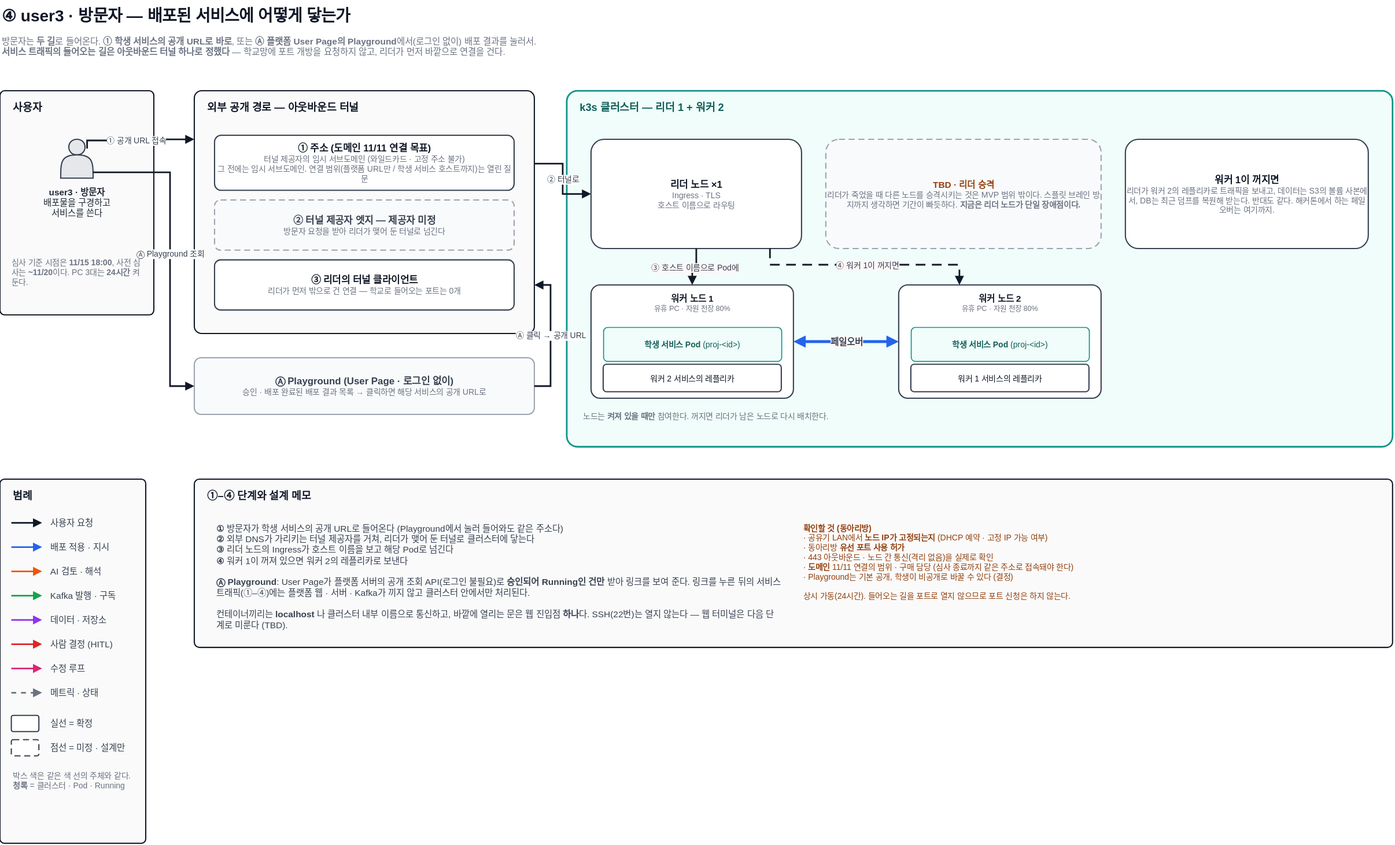
This is docs/architecture/user3-visitor.drawio.svg from woowangthon/WOOWANGTHON_TEAM_18, a draw.io export, as it was before one commit. Source tidied: cells renumbered, new cells last; positions are measured from the earlier drawing's top-left corner, leaving out a move shared by most shapes.
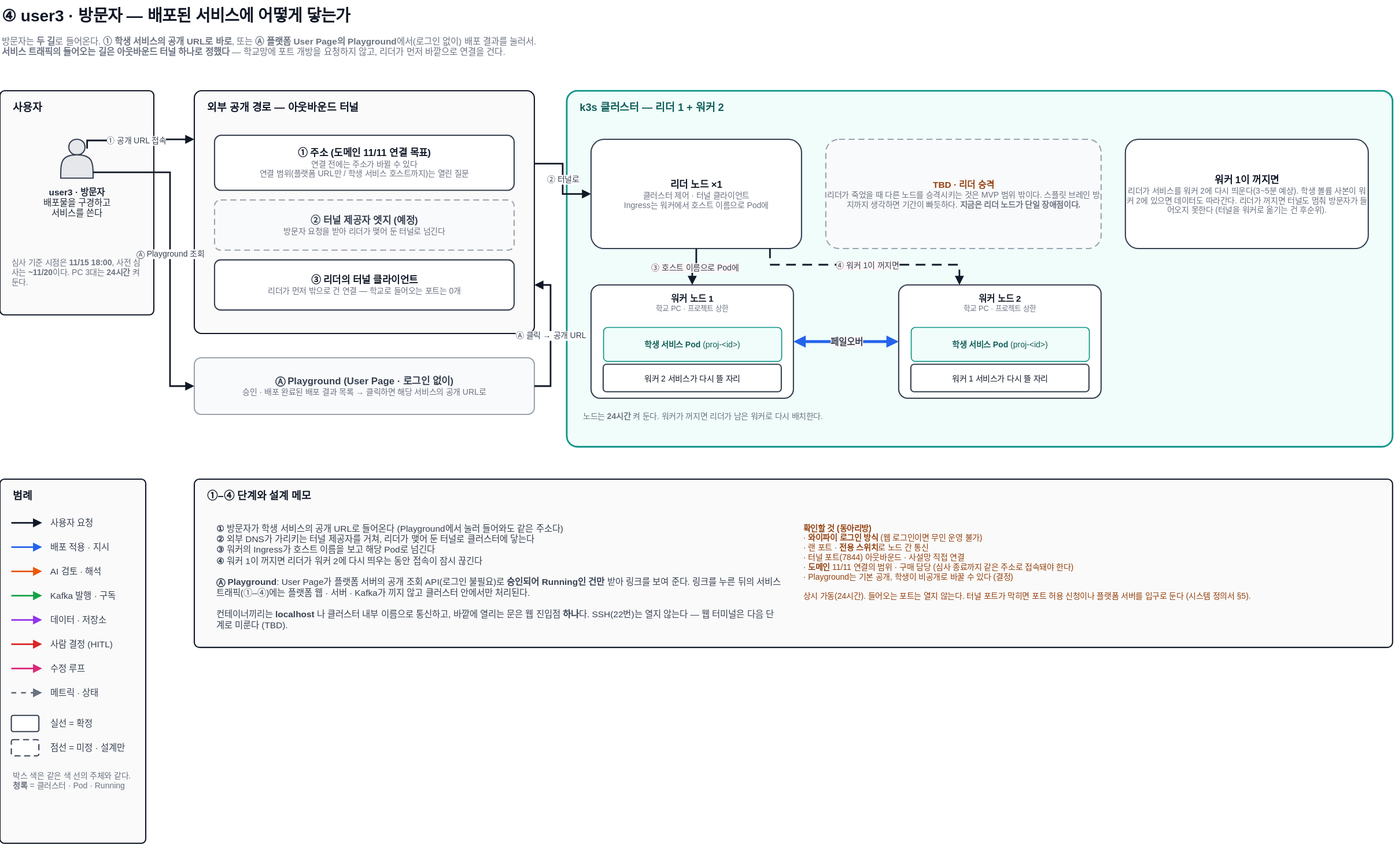
The same diagram one commit later.

Diff of the diagram source:
```diff
@@ -23,10 +23,10 @@
     <mxCell id="8" value="외부 공개 경로 — 아웃바운드 터널" style="rounded=1;arcSize=3;html=1;fillColor=#FAFAFA;strokeColor=#111827;strokeWidth=1.5;verticalAlign=top;align=left;spacingLeft=14;spacingTop=6;fontSize=13;fontStyle=1;fontColor=#111827;fontFamily=Pretendard,Malgun Gothic,Apple SD Gothic Neo,sans-serif;" parent="1" vertex="1">
       <mxGeometry x="240" y="112" width="420" height="300" as="geometry" />
     </mxCell>
-    <mxCell id="9" value="&lt;b&gt;① 주소 (도메인 11/11 연결 목표)&lt;/b&gt;&lt;div style=&quot;font-size:10px;color:#6B7280&quot;&gt;터널 제공자의 임시 서브도메인 (와일드카드 · 고정 주소 불가)&lt;br&gt;그 전에는 임시 서브도메인. 연결 범위(플랫폼 URL만 / 학생 서비스 호스트까지)는 열린 질문&lt;/div&gt;" style="rounded=1;arcSize=12;whiteSpace=wrap;html=1;fillColor=#FFFFFF;strokeColor=#374151;strokeWidth=1.5;fontSize=12;fontColor=#111827;fontFamily=Pretendard,Malgun Gothic,Apple SD Gothic Neo,sans-serif;" parent="1" vertex="1">
+    <mxCell id="9" value="&lt;b&gt;① 주소 (도메인 11/11 연결 목표)&lt;/b&gt;&lt;div style=&quot;font-size:10px;color:#6B7280&quot;&gt;연결 전에는 주소가 바뀔 수 있다&lt;br&gt;연결 범위(플랫폼 URL만 / 학생 서비스 호스트까지)는 열린 질문&lt;/div&gt;" style="rounded=1;arcSize=12;whiteSpace=wrap;html=1;fillColor=#FFFFFF;strokeColor=#374151;strokeWidth=1.5;fontSize=12;fontColor=#111827;fontFamily=Pretendard,Malgun Gothic,Apple SD Gothic Neo,sans-serif;" parent="1" vertex="1">
       <mxGeometry x="265" y="167" width="370" height="68" as="geometry" />
     </mxCell>
-    <mxCell id="10" value="&lt;b&gt;② 터널 제공자 엣지 — 제공자 미정&lt;/b&gt;&lt;div style=&quot;font-size:10px;color:#6B7280&quot;&gt;방문자 요청을 받아 리더가 맺어 둔 터널로 넘긴다&lt;/div&gt;" style="rounded=1;arcSize=12;whiteSpace=wrap;html=1;dashed=1;dashPattern=5 3;fillColor=#F9FAFB;strokeColor=#9CA3AF;strokeWidth=1.5;fontSize=12;fontColor=#374151;fontFamily=Pretendard,Malgun Gothic,Apple SD Gothic Neo,sans-serif;" parent="1" vertex="1">
+    <mxCell id="10" value="&lt;b&gt;② 터널 제공자 엣지 (예정)&lt;/b&gt;&lt;div style=&quot;font-size:10px;color:#6B7280&quot;&gt;방문자 요청을 받아 리더가 맺어 둔 터널로 넘긴다&lt;/div&gt;" style="rounded=1;arcSize=12;whiteSpace=wrap;html=1;dashed=1;dashPattern=5 3;fillColor=#F9FAFB;strokeColor=#9CA3AF;strokeWidth=1.5;fontSize=12;fontColor=#374151;fontFamily=Pretendard,Malgun Gothic,Apple SD Gothic Neo,sans-serif;" parent="1" vertex="1">
       <mxGeometry x="265" y="247" width="370" height="62" as="geometry" />
     </mxCell>
     <mxCell id="11" value="&lt;b&gt;③ 리더의 터널 클라이언트&lt;/b&gt;&lt;div style=&quot;font-size:10px;color:#6B7280&quot;&gt;리더가 먼저 밖으로 건 연결 — 학교로 들어오는 포트는 0개&lt;/div&gt;" style="rounded=1;arcSize=12;whiteSpace=wrap;html=1;fillColor=#FFFFFF;strokeColor=#374151;strokeWidth=1.5;fontSize=12;fontColor=#111827;fontFamily=Pretendard,Malgun Gothic,Apple SD Gothic Neo,sans-serif;" parent="1" vertex="1">
@@ -35,43 +35,43 @@
     <mxCell id="12" value="k3s 클러스터 — 리더 1 + 워커 2" style="rounded=1;arcSize=3;html=1;fillColor=#F0FDFA;strokeColor=#0D9488;strokeWidth=2;verticalAlign=top;align=left;spacingLeft=14;spacingTop=6;fontSize=13;fontStyle=1;fontColor=#115E59;fontFamily=Pretendard,Malgun Gothic,Apple SD Gothic Neo,sans-serif;" parent="1" vertex="1">
       <mxGeometry x="700" y="112" width="1020" height="440" as="geometry" />
     </mxCell>
-    <mxCell id="13" value="&lt;b&gt;리더 노드 ×1&lt;/b&gt;&lt;div style=&quot;font-size:10px;color:#6B7280&quot;&gt;Ingress · TLS&lt;br&gt;호스트 이름으로 라우팅&lt;/div&gt;" style="rounded=1;arcSize=12;whiteSpace=wrap;html=1;fillColor=#FFFFFF;strokeColor=#374151;strokeWidth=1.5;fontSize=12;fontColor=#111827;fontFamily=Pretendard,Malgun Gothic,Apple SD Gothic Neo,sans-serif;" parent="1" vertex="1">
+    <mxCell id="13" value="&lt;b&gt;리더 노드 ×1&lt;/b&gt;&lt;div style=&quot;font-size:10px;color:#6B7280&quot;&gt;클러스터 제어 · 터널 클라이언트&lt;br&gt;Ingress는 워커에서 호스트 이름으로 Pod에&lt;/div&gt;" style="rounded=1;arcSize=12;whiteSpace=wrap;html=1;fillColor=#FFFFFF;strokeColor=#374151;strokeWidth=1.5;fontSize=12;fontColor=#111827;fontFamily=Pretendard,Malgun Gothic,Apple SD Gothic Neo,sans-serif;" parent="1" vertex="1">
       <mxGeometry x="730" y="172" width="260" height="135" as="geometry" />
     </mxCell>
     <mxCell id="14" value="&lt;b&gt;TBD · 리더 승격&lt;/b&gt;&lt;div style=&quot;font-size:10px;color:#6B7280&quot;&gt;리더가 죽었을 때 다른 노드를 승격시키는 것은 MVP 범위 밖이다. 스플릿 브레인 방지까지 생각하면 기간이 빠듯하다. &lt;b&gt;지금은 리더 노드가 단일 장애점이다.&lt;/b&gt;&lt;/div&gt;" style="rounded=1;arcSize=12;whiteSpace=wrap;html=1;dashed=1;dashPattern=5 3;fillColor=#F9FAFB;strokeColor=#9CA3AF;strokeWidth=1.5;fontSize=11;fontColor=#92400E;fontFamily=Pretendard,Malgun Gothic,Apple SD Gothic Neo,sans-serif;" parent="1" vertex="1">
       <mxGeometry x="1020" y="172" width="340" height="135" as="geometry" />
     </mxCell>
-    <mxCell id="15" value="&lt;b&gt;워커 1이 꺼지면&lt;/b&gt;&lt;div style=&quot;font-size:10px;color:#6B7280&quot;&gt;리더가 워커 2의 레플리카로 트래픽을 보내고, 데이터는 S3의 볼륨 사본에서, DB는 최근 덤프를 복원해 받는다. 반대도 같다. 해커톤에서 하는 페일오버는 여기까지.&lt;/div&gt;" style="rounded=1;arcSize=12;whiteSpace=wrap;html=1;fillColor=#FFFFFF;strokeColor=#374151;strokeWidth=1.5;fontSize=12;fontColor=#111827;fontFamily=Pretendard,Malgun Gothic,Apple SD Gothic Neo,sans-serif;" parent="1" vertex="1">
+    <mxCell id="15" value="&lt;b&gt;워커 1이 꺼지면&lt;/b&gt;&lt;div style=&quot;font-size:10px;color:#6B7280&quot;&gt;리더가 서비스를 워커 2에 다시 띄운다(3~5분 예상). 학생 볼륨 사본이 워커 2에 있으면 데이터도 따라간다. 리더가 꺼지면 터널도 멈춰 방문자가 들어오지 못한다 (터널을 워커로 옮기는 건 후순위).&lt;/div&gt;" style="rounded=1;arcSize=12;whiteSpace=wrap;html=1;fillColor=#FFFFFF;strokeColor=#374151;strokeWidth=1.5;fontSize=12;fontColor=#111827;fontFamily=Pretendard,Malgun Gothic,Apple SD Gothic Neo,sans-serif;" parent="1" vertex="1">
       <mxGeometry x="1390" y="172" width="300" height="135" as="geometry" />
     </mxCell>
-    <mxCell id="16" value="워커 노드 1&lt;div style=&quot;font-size:9px;font-weight:400;color:#6B7280&quot;&gt;유휴 PC · 자원 천장 80%&lt;/div&gt;" style="rounded=1;arcSize=8;whiteSpace=wrap;html=1;fillColor=#FFFFFF;strokeColor=#374151;strokeWidth=1.5;verticalAlign=top;align=center;spacingTop=4;fontSize=11;fontStyle=1;fontColor=#111827;fontFamily=Pretendard,Malgun Gothic,Apple SD Gothic Neo,sans-serif;" parent="1" vertex="1">
+    <mxCell id="16" value="워커 노드 1&lt;div style=&quot;font-size:9px;font-weight:400;color:#6B7280&quot;&gt;학교 PC · 프로젝트 상한&lt;/div&gt;" style="rounded=1;arcSize=8;whiteSpace=wrap;html=1;fillColor=#FFFFFF;strokeColor=#374151;strokeWidth=1.5;verticalAlign=top;align=center;spacingTop=4;fontSize=11;fontStyle=1;fontColor=#111827;fontFamily=Pretendard,Malgun Gothic,Apple SD Gothic Neo,sans-serif;" parent="1" vertex="1">
       <mxGeometry x="730" y="352" width="250" height="140" as="geometry" />
     </mxCell>
     <mxCell id="17" value="&lt;b&gt;학생 서비스 Pod&lt;/b&gt; (proj-&amp;lt;id&amp;gt;)" style="rounded=1;arcSize=12;whiteSpace=wrap;html=1;fillColor=#F0FDFA;strokeColor=#0D9488;strokeWidth=1.2;fontSize=10;fontColor=#115E59;fontFamily=Pretendard,Malgun Gothic,Apple SD Gothic Neo,sans-serif;" parent="1" vertex="1">
       <mxGeometry x="745" y="404" width="220" height="42" as="geometry" />
     </mxCell>
-    <mxCell id="18" value="워커 2 서비스의 레플리카" style="rounded=1;arcSize=12;whiteSpace=wrap;html=1;fillColor=#FFFFFF;strokeColor=#374151;strokeWidth=1.5;fontSize=10;fontColor=#111827;fontFamily=Pretendard,Malgun Gothic,Apple SD Gothic Neo,sans-serif;" parent="1" vertex="1">
+    <mxCell id="18" value="워커 2 서비스가 다시 뜰 자리" style="rounded=1;arcSize=12;whiteSpace=wrap;html=1;fillColor=#FFFFFF;strokeColor=#374151;strokeWidth=1.5;fontSize=10;fontColor=#111827;fontFamily=Pretendard,Malgun Gothic,Apple SD Gothic Neo,sans-serif;" parent="1" vertex="1">
       <mxGeometry x="745" y="450" width="220" height="34" as="geometry" />
     </mxCell>
-    <mxCell id="19" value="워커 노드 2&lt;div style=&quot;font-size:9px;font-weight:400;color:#6B7280&quot;&gt;유휴 PC · 자원 천장 80%&lt;/div&gt;" style="rounded=1;arcSize=8;whiteSpace=wrap;html=1;fillColor=#FFFFFF;strokeColor=#374151;strokeWidth=1.5;verticalAlign=top;align=center;spacingTop=4;fontSize=11;fontStyle=1;fontColor=#111827;fontFamily=Pretendard,Malgun Gothic,Apple SD Gothic Neo,sans-serif;" parent="1" vertex="1">
+    <mxCell id="19" value="워커 노드 2&lt;div style=&quot;font-size:9px;font-weight:400;color:#6B7280&quot;&gt;학교 PC · 프로젝트 상한&lt;/div&gt;" style="rounded=1;arcSize=8;whiteSpace=wrap;html=1;fillColor=#FFFFFF;strokeColor=#374151;strokeWidth=1.5;verticalAlign=top;align=center;spacingTop=4;fontSize=11;fontStyle=1;fontColor=#111827;fontFamily=Pretendard,Malgun Gothic,Apple SD Gothic Neo,sans-serif;" parent="1" vertex="1">
       <mxGeometry x="1110" y="352" width="250" height="140" as="geometry" />
     </mxCell>
     <mxCell id="20" value="&lt;b&gt;학생 서비스 Pod&lt;/b&gt; (proj-&amp;lt;id&amp;gt;)" style="rounded=1;arcSize=12;whiteSpace=wrap;html=1;fillColor=#F0FDFA;strokeColor=#0D9488;strokeWidth=1.2;fontSize=10;fontColor=#115E59;fontFamily=Pretendard,Malgun Gothic,Apple SD Gothic Neo,sans-serif;" parent="1" vertex="1">
       <mxGeometry x="1125" y="404" width="220" height="42" as="geometry" />
     </mxCell>
-    <mxCell id="21" value="워커 1 서비스의 레플리카" style="rounded=1;arcSize=12;whiteSpace=wrap;html=1;fillColor=#FFFFFF;strokeColor=#374151;strokeWidth=1.5;fontSize=10;fontColor=#111827;fontFamily=Pretendard,Malgun Gothic,Apple SD Gothic Neo,sans-serif;" parent="1" vertex="1">
+    <mxCell id="21" value="워커 1 서비스가 다시 뜰 자리" style="rounded=1;arcSize=12;whiteSpace=wrap;html=1;fillColor=#FFFFFF;strokeColor=#374151;strokeWidth=1.5;fontSize=10;fontColor=#111827;fontFamily=Pretendard,Malgun Gothic,Apple SD Gothic Neo,sans-serif;" parent="1" vertex="1">
       <mxGeometry x="1125" y="450" width="220" height="34" as="geometry" />
     </mxCell>
-    <mxCell id="22" value="노드는 &lt;b&gt;켜져 있을 때만&lt;/b&gt; 참여한다. 꺼지면 리더가 남은 노드로 다시 배치한다." style="text;html=1;align=left;verticalAlign=top;whiteSpace=wrap;fontSize=10;fontColor=#6B7280;fontFamily=Pretendard,Malgun Gothic,Apple SD Gothic Neo,sans-serif;" parent="1" vertex="1">
+    <mxCell id="22" value="노드는 &lt;b&gt;24시간&lt;/b&gt; 켜 둔다. 워커가 꺼지면 리더가 남은 워커로 다시 배치한다." style="text;html=1;align=left;verticalAlign=top;whiteSpace=wrap;fontSize=10;fontColor=#6B7280;fontFamily=Pretendard,Malgun Gothic,Apple SD Gothic Neo,sans-serif;" parent="1" vertex="1">
       <mxGeometry x="718" y="502" width="990" height="45" as="geometry" />
     </mxCell>
     <mxCell id="23" value="①–④ 단계와 설계 메모" style="rounded=1;arcSize=3;html=1;fillColor=#FAFAFA;strokeColor=#111827;strokeWidth=1.5;verticalAlign=top;align=left;spacingLeft=14;spacingTop=6;fontSize=13;fontStyle=1;fontColor=#111827;fontFamily=Pretendard,Malgun Gothic,Apple SD Gothic Neo,sans-serif;" parent="1" vertex="1">
       <mxGeometry x="240" y="592" width="1480" height="208" as="geometry" />
     </mxCell>
-    <mxCell id="24" value="&lt;b&gt;①&lt;/b&gt; 방문자가 학생 서비스의 공개 URL로 들어온다 (Playground에서 눌러 들어와도 같은 주소다)&lt;br&gt;&lt;b&gt;②&lt;/b&gt; 외부 DNS가 가리키는 터널 제공자를 거쳐, 리더가 맺어 둔 터널로 클러스터에 닿는다&lt;br&gt;&lt;b&gt;③&lt;/b&gt; 리더 노드의 Ingress가 호스트 이름을 보고 해당 Pod로 넘긴다&lt;br&gt;&lt;b&gt;④&lt;/b&gt; 워커 1이 꺼져 있으면 워커 2의 레플리카로 보낸다&lt;br&gt;&lt;br&gt;&lt;b&gt;Ⓐ Playground&lt;/b&gt;: User Page가 플랫폼 서버의 공개 조회 API(로그인 불필요)로 &lt;b&gt;승인되어 Running인 건만&lt;/b&gt; 받아 링크를 보여 준다. 링크를 누른 뒤의 서비스 트래픽(①–④)에는 플랫폼 웹 · 서버 · Kafka가 끼지 않고 클러스터 안에서만 처리된다.&lt;br&gt;&lt;br&gt;컨테이너끼리는 &lt;b&gt;localhost&lt;/b&gt; 나 클러스터 내부 이름으로 통신하고, 바깥에 열리는 문은 웹 진입점 &lt;b&gt;하나&lt;/b&gt;다. SSH(22번)는 열지 않는다 — 웹 터미널은 다음 단계로 미룬다 (TBD)." style="text;html=1;align=left;verticalAlign=top;whiteSpace=wrap;fontSize=11;fontColor=#374151;fontFamily=Pretendard,Malgun Gothic,Apple SD Gothic Neo,sans-serif;" parent="1" vertex="1">
+    <mxCell id="24" value="&lt;b&gt;①&lt;/b&gt; 방문자가 학생 서비스의 공개 URL로 들어온다 (Playground에서 눌러 들어와도 같은 주소다)&lt;br&gt;&lt;b&gt;②&lt;/b&gt; 외부 DNS가 가리키는 터널 제공자를 거쳐, 리더가 맺어 둔 터널로 클러스터에 닿는다&lt;br&gt;&lt;b&gt;③&lt;/b&gt; 워커의 Ingress가 호스트 이름을 보고 해당 Pod로 넘긴다&lt;br&gt;&lt;b&gt;④&lt;/b&gt; 워커 1이 꺼지면 리더가 워커 2에 다시 띄우는 동안 접속이 잠시 끊긴다&lt;br&gt;&lt;br&gt;&lt;b&gt;Ⓐ Playground&lt;/b&gt;: User Page가 플랫폼 서버의 공개 조회 API(로그인 불필요)로 &lt;b&gt;승인되어 Running인 건만&lt;/b&gt; 받아 링크를 보여 준다. 링크를 누른 뒤의 서비스 트래픽(①–④)에는 플랫폼 웹 · 서버 · Kafka가 끼지 않고 클러스터 안에서만 처리된다.&lt;br&gt;&lt;br&gt;컨테이너끼리는 &lt;b&gt;localhost&lt;/b&gt; 나 클러스터 내부 이름으로 통신하고, 바깥에 열리는 문은 웹 진입점 &lt;b&gt;하나&lt;/b&gt;다. SSH(22번)는 열지 않는다 — 웹 터미널은 다음 단계로 미룬다 (TBD)." style="text;html=1;align=left;verticalAlign=top;whiteSpace=wrap;fontSize=11;fontColor=#374151;fontFamily=Pretendard,Malgun Gothic,Apple SD Gothic Neo,sans-serif;" parent="1" vertex="1">
       <mxGeometry x="265" y="640" width="700" height="135" as="geometry" />
     </mxCell>
-    <mxCell id="25" value="&lt;b&gt;확인할 것 (동아리방)&lt;/b&gt;&lt;br&gt;· 공유기 LAN에서 &lt;b&gt;노드 IP가 고정되는지&lt;/b&gt; (DHCP 예약 · 고정 IP 가능 여부)&lt;br&gt;· 동아리방 &lt;b&gt;유선 포트 사용 허가&lt;/b&gt;&lt;br&gt;· 443 아웃바운드 · 노드 간 통신(격리 없음)을 실제로 확인&lt;br&gt;· &lt;b&gt;도메인&lt;/b&gt; 11/11 연결의 범위 · 구매 담당 (심사 종료까지 같은 주소로 접속돼야 한다)&lt;br&gt;· Playground는 기본 공개, 학생이 비공개로 바꿀 수 있다 (결정)&lt;br&gt;&lt;br&gt;상시 가동(24시간). 들어오는 길을 포트로 열지 않으므로 포트 신청은 하지 않는다." style="text;html=1;align=left;verticalAlign=top;whiteSpace=wrap;fontSize=10;fontColor=#92400E;fontFamily=Pretendard,Malgun Gothic,Apple SD Gothic Neo,sans-serif;" parent="1" vertex="1">
+    <mxCell id="25" value="&lt;b&gt;확인할 것 (동아리방)&lt;/b&gt;&lt;br&gt;· &lt;b&gt;와이파이 로그인 방식&lt;/b&gt; (웹 로그인이면 무인 운영 불가)&lt;br&gt;· 랜 포트 · &lt;b&gt;전용 스위치&lt;/b&gt;로 노드 간 통신&lt;br&gt;· 터널 포트(7844) 아웃바운드 · 사설망 직접 연결&lt;br&gt;· &lt;b&gt;도메인&lt;/b&gt; 11/11 연결의 범위 · 구매 담당 (심사 종료까지 같은 주소로 접속돼야 한다)&lt;br&gt;· Playground는 기본 공개, 학생이 비공개로 바꿀 수 있다 (결정)&lt;br&gt;&lt;br&gt;상시 가동(24시간). 들어오는 포트는 열지 않는다. 터널 포트가 막히면 포트 허용 신청이나 플랫폼 서버를 입구로 둔다 (시스템 정의서 §5)." style="text;html=1;align=left;verticalAlign=top;whiteSpace=wrap;fontSize=10;fontColor=#92400E;fontFamily=Pretendard,Malgun Gothic,Apple SD Gothic Neo,sans-serif;" parent="1" vertex="1">
       <mxGeometry x="990" y="640" width="700" height="150" as="geometry" />
     </mxCell>
     <mxCell id="26" value="① 공개 URL 접속" style="edgeStyle=orthogonalEdgeStyle;rounded=0;jettySize=auto;html=1;jumpStyle=arc;jumpSize=8;endArrow=block;endFill=1;strokeWidth=2;fontSize=10;labelBackgroundColor=#FFFFFF;fontFamily=Pretendard,Malgun Gothic,Apple SD Gothic Neo,sans-serif;fontColor=#374151;strokeColor=#111827;exitX=0.814;exitY=0.238;exitDx=0;exitDy=0;entryX=0;entryY=0.2;entryDx=0;entryDy=0;exitPerimeter=0;" parent="1" edge="1" source="5" target="8">
```
